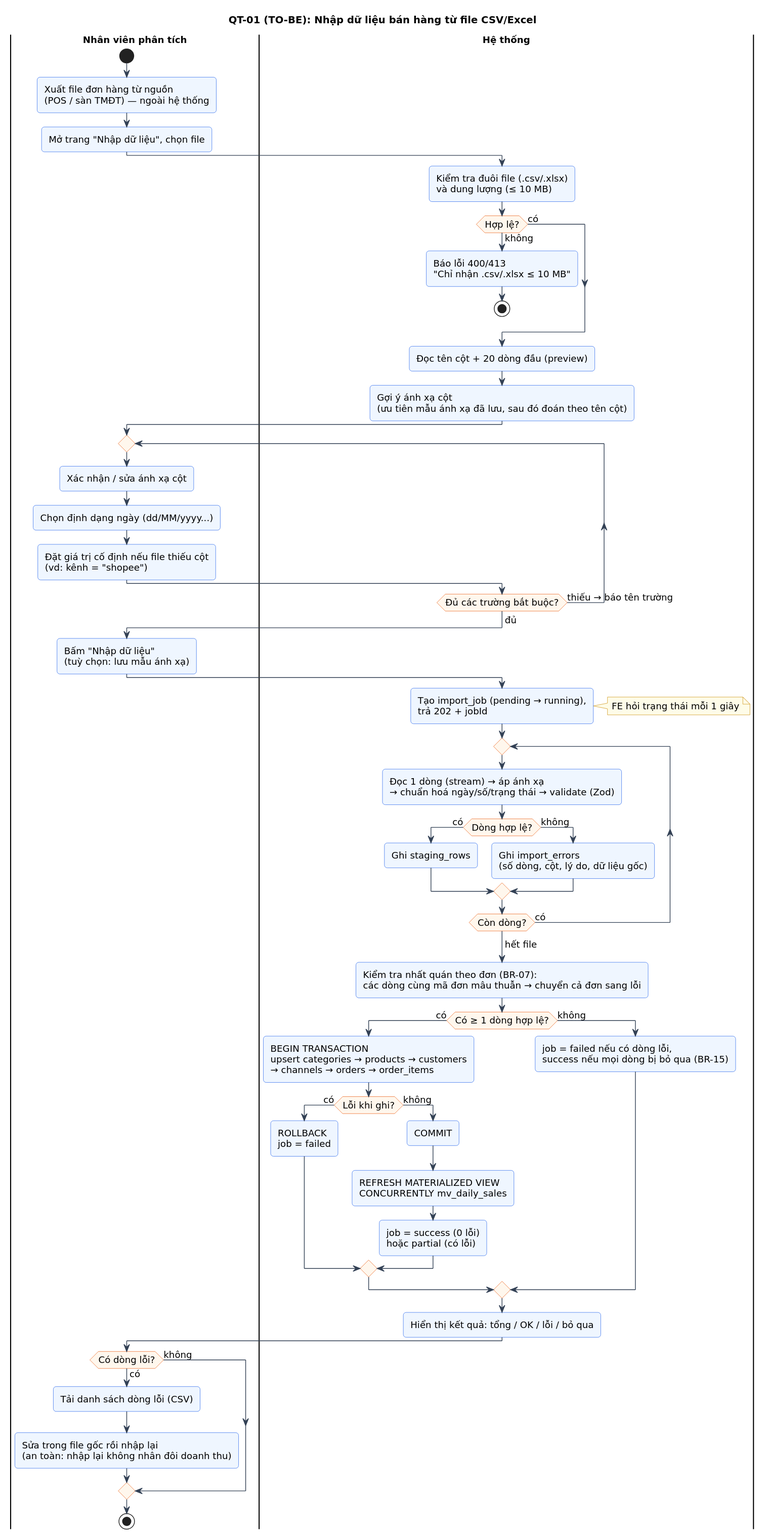
This is docs/phan-tich/so-do/out/03-qt-nhap-file.svg from hoang13516-dev/TTCN_CCROBO, a PlantUML export, as it was before one commit.
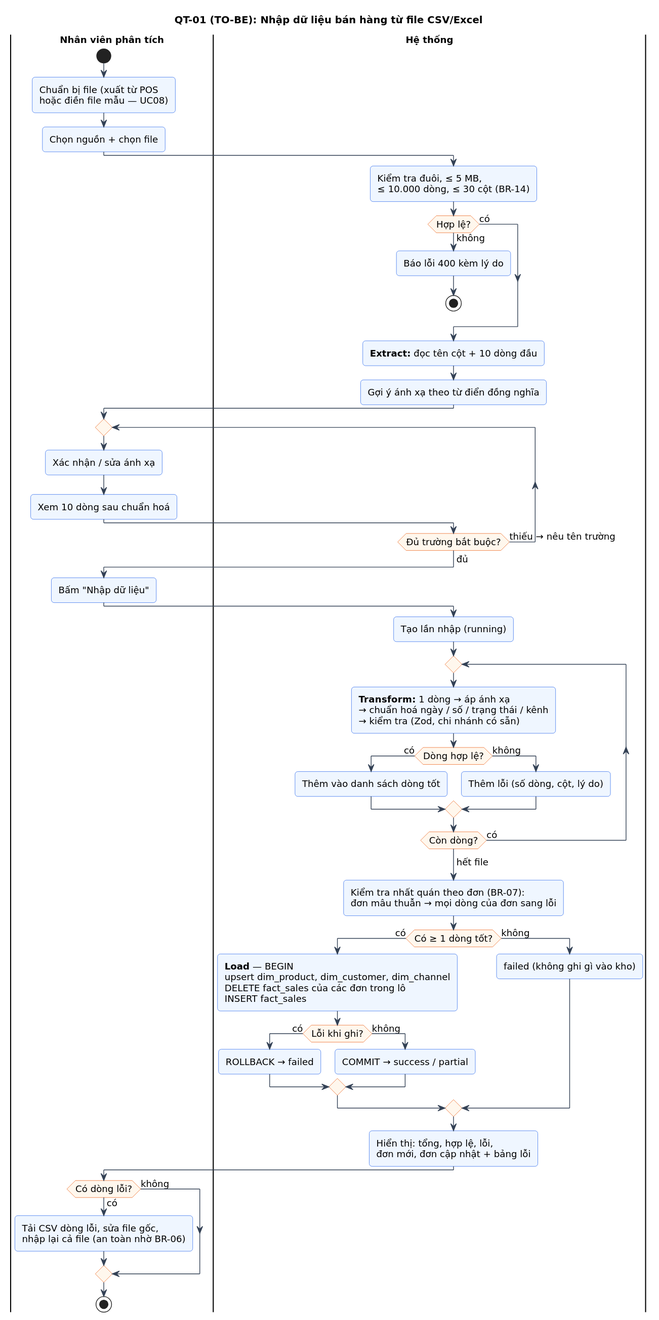
The same diagram one commit later.

What changed in the source:
```diff
@@ -4,74 +4,62 @@
 
 |Nhân viên phân tích|
 start
-:Xuất file đơn hàng từ nguồn
-(POS / sàn TMĐT) — ngoài hệ thống;
-:Mở trang "Nhập dữ liệu", chọn file;
+:Chuẩn bị file (xuất từ POS
+hoặc điền file mẫu — UC08);
+:Chọn nguồn + chọn file;
 |Hệ thống|
-:Kiểm tra đuôi file (.csv/.xlsx)
-và dung lượng (≤ 10 MB);
+:Kiểm tra đuôi, ≤ 5 MB,
+≤ 10.000 dòng, ≤ 30 cột (BR-14);
 if (Hợp lệ?) then (không)
-  :Báo lỗi 400/413
-  "Chỉ nhận .csv/.xlsx ≤ 10 MB";
+  :Báo lỗi 400 kèm lý do;
   stop
 else (có)
 endif
-:Đọc tên cột + 20 dòng đầu (preview);
-:Gợi ý ánh xạ cột
-(ưu tiên mẫu ánh xạ đã lưu, sau đó đoán theo tên cột);
+:**Extract:** đọc tên cột + 10 dòng đầu;
+:Gợi ý ánh xạ theo từ điển đồng nghĩa;
 |Nhân viên phân tích|
 repeat
-  :Xác nhận / sửa ánh xạ cột;
-  :Chọn định dạng ngày (dd/MM/yyyy...);
-  :Đặt giá trị cố định nếu file thiếu cột
-  (vd: kênh = "shopee");
+  :Xác nhận / sửa ánh xạ;
+  :Xem 10 dòng sau chuẩn hoá;
 |Hệ thống|
-repeat while (Đủ các trường bắt buộc?) is (thiếu → báo tên trường)
+repeat while (Đủ trường bắt buộc?) is (thiếu → nêu tên trường)
 ->đủ;
 |Nhân viên phân tích|
-:Bấm "Nhập dữ liệu"
-(tuỳ chọn: lưu mẫu ánh xạ);
+:Bấm "Nhập dữ liệu";
 |Hệ thống|
-:Tạo import_job (pending → running),
-trả 202 + jobId;
-note right: FE hỏi trạng thái mỗi 1 giây
+:Tạo lần nhập (running);
 repeat
-  :Đọc 1 dòng (stream) → áp ánh xạ
-  → chuẩn hoá ngày/số/trạng thái → validate (Zod);
+  :**Transform:** 1 dòng → áp ánh xạ
+  → chuẩn hoá ngày / số / trạng thái / kênh
+  → kiểm tra (Zod, chi nhánh có sẵn);
   if (Dòng hợp lệ?) then (có)
-    :Ghi staging_rows;
+    :Thêm vào danh sách dòng tốt;
   else (không)
-    :Ghi import_errors
-    (số dòng, cột, lý do, dữ liệu gốc);
+    :Thêm lỗi (số dòng, cột, lý do);
   endif
 repeat while (Còn dòng?) is (có)
 ->hết file;
 :Kiểm tra nhất quán theo đơn (BR-07):
-các dòng cùng mã đơn mâu thuẫn → chuyển cả đơn sang lỗi;
-if (Có ≥ 1 dòng hợp lệ?) then (có)
-  :BEGIN TRANSACTION
-  upsert categories → products → customers
-  → channels → orders → order_items;
+đơn mâu thuẫn → mọi dòng của đơn sang lỗi;
+if (Có ≥ 1 dòng tốt?) then (có)
+  :**Load** — BEGIN
+  upsert dim_product, dim_customer, dim_channel
+  DELETE fact_sales của các đơn trong lô
+  INSERT fact_sales;
   if (Lỗi khi ghi?) then (có)
-    :ROLLBACK
-    job = failed;
+    :ROLLBACK → failed;
   else (không)
-    :COMMIT;
-    :REFRESH MATERIALIZED VIEW
-    CONCURRENTLY mv_daily_sales;
-    :job = success (0 lỗi)
-    hoặc partial (có lỗi);
+    :COMMIT → success / partial;
   endif
 else (không)
-  :job = failed nếu có dòng lỗi,
-  success nếu mọi dòng bị bỏ qua (BR-15);
+  :failed (không ghi gì vào kho);
 endif
-:Hiển thị kết quả: tổng / OK / lỗi / bỏ qua;
+:Hiển thị: tổng, hợp lệ, lỗi,
+đơn mới, đơn cập nhật + bảng lỗi;
 |Nhân viên phân tích|
 if (Có dòng lỗi?) then (có)
-  :Tải danh sách dòng lỗi (CSV);
-  :Sửa trong file gốc rồi nhập lại
-  (an toàn: nhập lại không nhân đôi doanh thu);
+  :Tải CSV dòng lỗi, sửa file gốc,
+  nhập lại cả file (an toàn nhờ BR-06);
 else (không)
 endif
 stop
```
